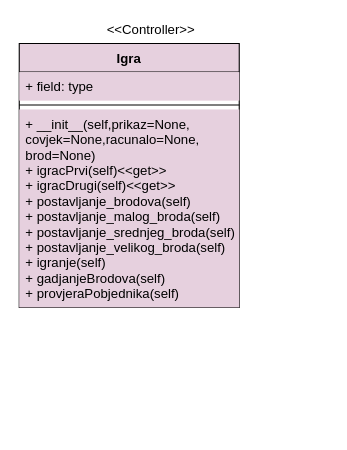
Before: page "Dijagram klasa kontrolera Bettleship" (10 of 18) of Dijagram.drawio in LukaFarkas99/Battleship, a draw.io diagram. Source tidied: cells renumbered, new cells numbered last; positions are measured from the earlier drawing's top-left corner, leaving out a move shared by most shapes. Both pictures are drawn from the tidied source at 110%, with x=0, y=0 at pixel (19, 19).
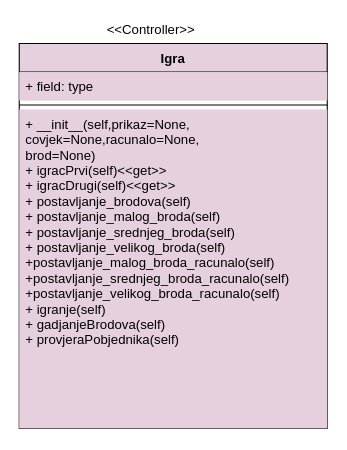
The same page after the edit.

Change to the diagram source:
```diff
@@
 <mxGraphModel>
   <root>
     <mxCell id="0" />
     <mxCell id="1" parent="0" />
     <mxCell id="2" value="Igra" style="swimlane;fontStyle=1;align=center;verticalAlign=top;horizontal=1;startSize=26;fillColor=#E6D0DE;" parent="1" vertex="1">
-      <mxGeometry y="22" width="200" height="240" as="geometry" />
+      <mxGeometry y="22" width="280" height="350" as="geometry" />
     </mxCell>
     <mxCell id="3" value="+ field: type" style="text;strokeColor=none;fillColor=#E6D0DE;align=left;verticalAlign=top;spacingLeft=4;spacingRight=4;overflow=hidden;" parent="2" vertex="1">
-      <mxGeometry y="26" width="200" height="26" as="geometry" />
+      <mxGeometry y="26" width="280" height="26" as="geometry" />
     </mxCell>
     <mxCell id="4" style="line;strokeWidth=1;fillColor=#E6D0DE;align=left;verticalAlign=middle;spacingTop=-1;spacingLeft=3;spacingRight=3;labelPosition=right;" parent="2" vertex="1">
-      <mxGeometry y="52" width="200" height="8" as="geometry" />
+      <mxGeometry y="52" width="280" height="8" as="geometry" />
     </mxCell>
-    <mxCell id="5" value="+ __init__(self,prikaz=None,&#10;covjek=None,racunalo=None,&#10;brod=None)&#10;+ igracPrvi(self)&lt;&lt;get&gt;&gt;&#10;+ igracDrugi(self)&lt;&lt;get&gt;&gt;&#10;+ postavljanje_brodova(self)&#10;+ postavljanje_malog_broda(self)&#10;+ postavljanje_srednjeg_broda(self)&#10;+ postavljanje_velikog_broda(self)&#10;+ igranje(self)&#10;+ gadjanjeBrodova(self)&#10;+ provjeraPobjednika(self)" style="text;strokeColor=none;fillColor=#E6D0DE;align=left;verticalAlign=top;spacingLeft=4;spacingRight=4;overflow=hidden;" parent="2" vertex="1">
-      <mxGeometry y="60" width="200" height="180" as="geometry" />
+    <mxCell id="5" value="+ __init__(self,prikaz=None,&#10;covjek=None,racunalo=None,&#10;brod=None)&#10;+ igracPrvi(self)&lt;&lt;get&gt;&gt;&#10;+ igracDrugi(self)&lt;&lt;get&gt;&gt;&#10;+ postavljanje_brodova(self)&#10;+ postavljanje_malog_broda(self)&#10;+ postavljanje_srednjeg_broda(self)&#10;+ postavljanje_velikog_broda(self)&#10;+postavljanje_malog_broda_racunalo(self)&#10;+postavljanje_srednjeg_broda_racunalo(self)&#10;+postavljanje_velikog_broda_racunalo(self)&#10;+ igranje(self)&#10;+ gadjanjeBrodova(self)&#10;+ provjeraPobjednika(self)" style="text;strokeColor=none;fillColor=#E6D0DE;align=left;verticalAlign=top;spacingLeft=4;spacingRight=4;overflow=hidden;" parent="2" vertex="1">
+      <mxGeometry y="60" width="280" height="290" as="geometry" />
     </mxCell>
     <mxCell id="6" value="&amp;lt;&amp;lt;Controller&amp;gt;&amp;gt;" style="text;html=1;strokeColor=none;fillColor=#FFFFFF;align=center;verticalAlign=middle;whiteSpace=wrap;rounded=0;" parent="1" vertex="1">
       <mxGeometry x="100" width="40" height="20" as="geometry" />
     </mxCell>
   </root>
 </mxGraphModel>
```
